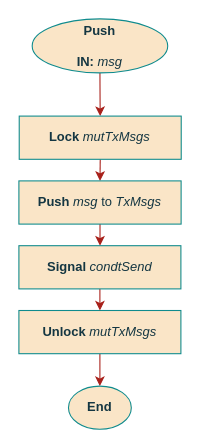
This is page "push" (5 of 8) of documentation/flowcharts/02Classes/CCommunication.drawio from ESRGgroup9/slipad, a draw.io file, before an edit. Source tidied: cells renumbered, new cells numbered last; positions are measured from the earlier drawing's top-left corner, leaving out a move shared by most shapes. Both pictures are drawn from the tidied source at 108%, with x=0, y=0 at pixel (18, 18).
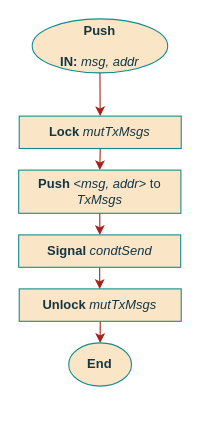
After the change.

Diff of the diagram source:
```diff
@@
 <mxGraphModel>
   <root>
     <mxCell id="0" />
     <mxCell id="1" parent="0" />
     <mxCell id="2" style="edgeStyle=orthogonalEdgeStyle;curved=0;rounded=1;sketch=0;jettySize=auto;html=1;exitX=0.5;exitY=1;exitDx=0;exitDy=0;entryX=0.5;entryY=0;entryDx=0;entryDy=0;fontColor=#143642;strokeColor=#A8201A;fillColor=#FAE5C7;" parent="1" edge="1" source="3">
       <mxGeometry relative="1" as="geometry">
         <mxPoint x="75.3" y="90" as="targetPoint" />
       </mxGeometry>
     </mxCell>
-    <mxCell id="3" value="&lt;div&gt;Push&lt;/div&gt;&lt;div&gt;&lt;br&gt;&lt;/div&gt;&lt;div&gt;IN: &lt;i&gt;&lt;span style=&quot;font-weight: normal&quot;&gt;msg&lt;/span&gt;&lt;/i&gt;&lt;br&gt;&lt;/div&gt;" style="ellipse;whiteSpace=wrap;html=1;fillColor=#FAE5C7;strokeColor=#0F8B8D;fontColor=#143642;fontStyle=1;" parent="1" vertex="1">
+    <mxCell id="3" value="&lt;div&gt;Push&lt;/div&gt;&lt;div&gt;&lt;br&gt;&lt;/div&gt;&lt;div&gt;IN: &lt;i&gt;&lt;span style=&quot;font-weight: normal&quot;&gt;msg, addr&lt;/span&gt;&lt;/i&gt;&lt;br&gt;&lt;/div&gt;" style="ellipse;whiteSpace=wrap;html=1;fillColor=#FAE5C7;strokeColor=#0F8B8D;fontColor=#143642;fontStyle=1;" parent="1" vertex="1">
       <mxGeometry x="12.3" width="125.5" height="50" as="geometry" />
     </mxCell>
     <mxCell id="4" style="edgeStyle=orthogonalEdgeStyle;curved=0;rounded=1;sketch=0;jettySize=auto;html=1;exitX=0.5;exitY=1;exitDx=0;exitDy=0;entryX=0.5;entryY=0;entryDx=0;entryDy=0;fontColor=#143642;strokeColor=#A8201A;fillColor=#FAE5C7;" parent="1" edge="1" source="5" target="9">
       <mxGeometry relative="1" as="geometry" />
     </mxCell>
     <mxCell id="5" value="&lt;b&gt;Lock&lt;/b&gt; &lt;i&gt;mutTxMsgs&lt;/i&gt;" style="rounded=0;whiteSpace=wrap;html=1;sketch=0;fontColor=#143642;strokeColor=#0F8B8D;fillColor=#FAE5C7;" parent="1" vertex="1">
-      <mxGeometry x="0.3" y="90" width="150" height="40" as="geometry" />
+      <mxGeometry x="0.3" y="90" width="150" height="30" as="geometry" />
     </mxCell>
     <mxCell id="6" style="edgeStyle=orthogonalEdgeStyle;curved=0;rounded=1;sketch=0;jettySize=auto;html=1;exitX=0.5;exitY=1;exitDx=0;exitDy=0;entryX=0.5;entryY=0;entryDx=0;entryDy=0;fontColor=#143642;strokeColor=#A8201A;fillColor=#FAE5C7;" parent="1" edge="1" source="7" target="12">
       <mxGeometry relative="1" as="geometry" />
     </mxCell>
     <mxCell id="7" value="&lt;b&gt;Unlock&lt;/b&gt; &lt;i&gt;mutTxMsgs&lt;/i&gt;" style="rounded=0;whiteSpace=wrap;html=1;sketch=0;fontColor=#143642;strokeColor=#0F8B8D;fillColor=#FAE5C7;" parent="1" vertex="1">
-      <mxGeometry y="270" width="150" height="40" as="geometry" />
+      <mxGeometry x="0.3" y="250" width="150" height="30" as="geometry" />
     </mxCell>
     <mxCell id="8" style="edgeStyle=orthogonalEdgeStyle;curved=0;rounded=1;sketch=0;jettySize=auto;html=1;exitX=0.5;exitY=1;exitDx=0;exitDy=0;fontColor=#143642;strokeColor=#A8201A;fillColor=#FAE5C7;" parent="1" edge="1" source="9" target="11">
       <mxGeometry relative="1" as="geometry" />
     </mxCell>
-    <mxCell id="9" value="&lt;b&gt;Push &lt;/b&gt;&lt;i&gt;msg&lt;/i&gt; to &lt;i&gt;TxMsgs&lt;/i&gt;" style="rounded=0;whiteSpace=wrap;html=1;sketch=0;fontColor=#143642;strokeColor=#0F8B8D;fillColor=#FAE5C7;" parent="1" vertex="1">
-      <mxGeometry y="150" width="150.2" height="40" as="geometry" />
+    <mxCell id="9" value="&lt;b&gt;Push &lt;/b&gt;&amp;lt;&lt;i&gt;msg, addr&amp;gt;&lt;/i&gt; to &lt;i&gt;TxMsgs&lt;/i&gt;" style="rounded=0;whiteSpace=wrap;html=1;sketch=0;fontColor=#143642;strokeColor=#0F8B8D;fillColor=#FAE5C7;" parent="1" vertex="1">
+      <mxGeometry x="-0.2" y="140" width="150.2" height="40" as="geometry" />
     </mxCell>
     <mxCell id="10" style="edgeStyle=orthogonalEdgeStyle;curved=0;rounded=1;sketch=0;jettySize=auto;html=1;exitX=0.5;exitY=1;exitDx=0;exitDy=0;fontColor=#143642;strokeColor=#A8201A;fillColor=#FAE5C7;" parent="1" edge="1" source="11" target="7">
       <mxGeometry relative="1" as="geometry" />
     </mxCell>
     <mxCell id="11" value="&lt;b&gt;Signal&lt;/b&gt; &lt;i&gt;condtSend&lt;/i&gt;" style="rounded=0;whiteSpace=wrap;html=1;sketch=0;fontColor=#143642;strokeColor=#0F8B8D;fillColor=#FAE5C7;" parent="1" vertex="1">
-      <mxGeometry y="210" width="150" height="40" as="geometry" />
+      <mxGeometry x="-0.2" y="200" width="150" height="30" as="geometry" />
     </mxCell>
     <mxCell id="12" value="End" style="ellipse;whiteSpace=wrap;html=1;fillColor=#FAE5C7;strokeColor=#0F8B8D;fontColor=#143642;fontStyle=1;" parent="1" vertex="1">
-      <mxGeometry x="45.9" y="340" width="58.2" height="40" as="geometry" />
+      <mxGeometry x="46.1" y="300" width="58.2" height="40" as="geometry" />
     </mxCell>
   </root>
 </mxGraphModel>
```
